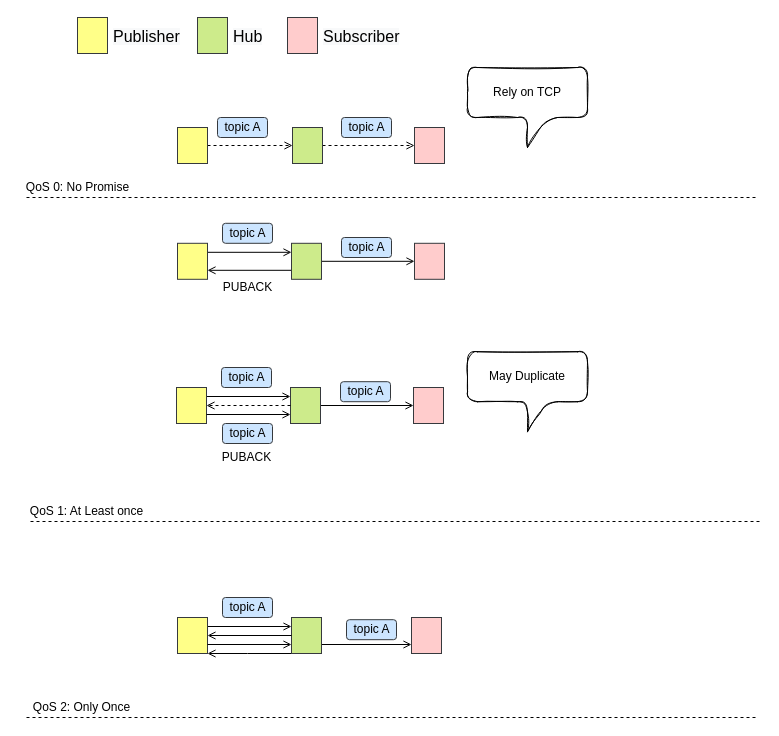
Earlier version of the draw.io diagram 2020/QoS.drawio (abserari/draw.io). Source tidied: cells renumbered, new cells numbered last; positions are measured from the earlier drawing's top-left corner, leaving out a move shared by most shapes. Both pictures are drawn from the tidied source at 100%, with x=0, y=0 at pixel (17, 17).
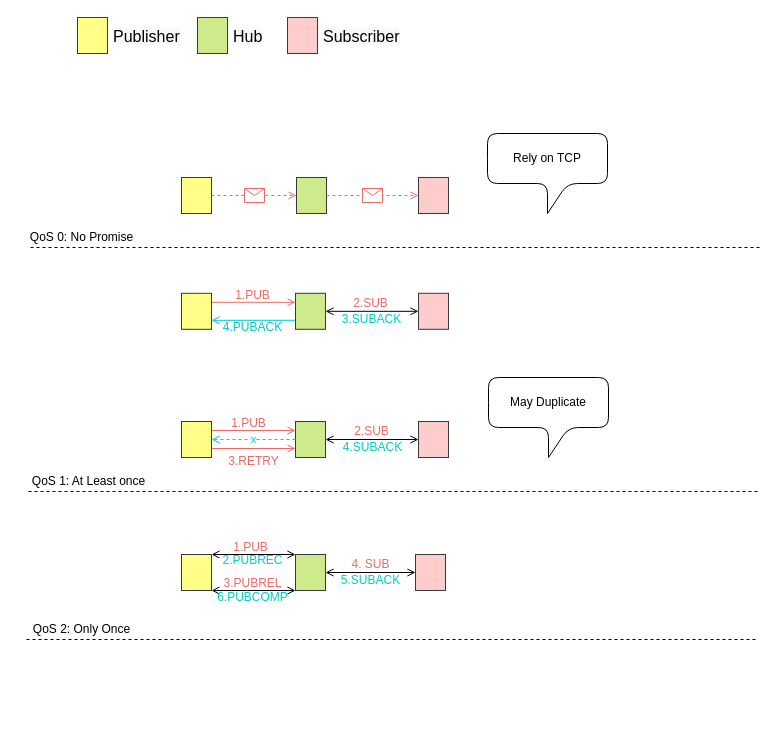
After the change.

Diff of the diagram source:
```diff
@@
-    <mxCell id="2" value="topic A" style="text;html=1;align=center;verticalAlign=middle;fillColor=#cce5ff;strokeColor=#36393d;rounded=1;" parent="1" vertex="1">
-      <mxGeometry x="200" y="100" width="50" height="20" as="geometry" />
-    </mxCell>
-    <mxCell id="3" value="topic A" style="text;html=1;align=center;verticalAlign=middle;rounded=1;fillColor=#cce5ff;strokeColor=#36393d;" parent="1" vertex="1">
-      <mxGeometry x="324" y="100" width="50" height="20" as="geometry" />
-    </mxCell>
     <mxCell id="4" style="endArrow=none;dashed=1;html=1;" parent="1" edge="1">
       <mxGeometry relative="1" as="geometry">
-        <mxPoint x="9" y="180" as="sourcePoint" />
-        <mxPoint x="739" y="180" as="targetPoint" />
+        <mxPoint x="13" y="230" as="sourcePoint" />
+        <mxPoint x="743" y="230" as="targetPoint" />
       </mxGeometry>
     </mxCell>
     <mxCell id="5" value="QoS 0: No Promise" style="text;html=1;align=center;verticalAlign=middle;" parent="1" vertex="1">
-      <mxGeometry y="160" width="120" height="20" as="geometry" />
+      <mxGeometry x="4" y="210" width="120" height="20" as="geometry" />
     </mxCell>
     <mxCell id="6" style="endArrow=none;dashed=1;html=1;" parent="1" edge="1">
       <mxGeometry relative="1" as="geometry">
-        <mxPoint x="13" y="504" as="sourcePoint" />
-        <mxPoint x="743" y="504" as="targetPoint" />
+        <mxPoint x="11" y="474" as="sourcePoint" />
+        <mxPoint x="741" y="474" as="targetPoint" />
       </mxGeometry>
     </mxCell>
     <mxCell id="7" value="QoS 1: At Least once" style="text;html=1;align=center;verticalAlign=middle;" parent="1" vertex="1">
-      <mxGeometry x="4" y="484" width="130" height="20" as="geometry" />
+      <mxGeometry x="6" y="454" width="130" height="20" as="geometry" />
     </mxCell>
     <mxCell id="8" style="endArrow=none;dashed=1;html=1;" parent="1" edge="1">
       <mxGeometry relative="1" as="geometry">
-        <mxPoint x="9" y="700" as="sourcePoint" />
-        <mxPoint x="739" y="700" as="targetPoint" />
+        <mxPoint x="9" y="622" as="sourcePoint" />
+        <mxPoint x="739" y="622" as="targetPoint" />
       </mxGeometry>
     </mxCell>
     <mxCell id="9" value="QoS 2: Only Once" style="text;html=1;align=center;verticalAlign=middle;" parent="1" vertex="1">
-      <mxGeometry x="9" y="680" width="110" height="20" as="geometry" />
+      <mxGeometry x="9" y="602" width="110" height="20" as="geometry" />
     </mxCell>
-    <mxCell id="10" value="topic A" style="text;html=1;align=center;verticalAlign=middle;shadow=0;fillColor=#cce5ff;strokeColor=#36393d;rounded=1;" parent="1" vertex="1">
-      <mxGeometry x="205" y="205.8" width="50" height="20" as="geometry" />
-    </mxCell>
-    <mxCell id="11" value="topic A" style="text;html=1;align=center;verticalAlign=middle;rounded=1;fillColor=#cce5ff;strokeColor=#36393d;" parent="1" vertex="1">
-      <mxGeometry x="324" y="220" width="50" height="20" as="geometry" />
-    </mxCell>
-    <mxCell id="12" value="PUBACK" style="text;html=1;align=center;verticalAlign=middle;" parent="1" vertex="1">
-      <mxGeometry x="200" y="260" width="60" height="20" as="geometry" />
+    <mxCell id="12" value="4.PUBACK" style="text;html=1;align=center;verticalAlign=middle;fontColor=#00CCCC;" parent="1" vertex="1">
+      <mxGeometry x="200" y="300" width="70" height="20" as="geometry" />
     </mxCell>
-    <mxCell id="13" value="Rely on TCP" style="shape=callout;whiteSpace=wrap;html=1;perimeter=calloutPerimeter;rounded=1;shadow=0;sketch=1;" parent="1" vertex="1">
-      <mxGeometry x="450" y="50" width="120" height="80" as="geometry" />
+    <mxCell id="13" value="Rely on TCP" style="shape=callout;whiteSpace=wrap;html=1;perimeter=calloutPerimeter;rounded=1;shadow=0;sketch=0;" parent="1" vertex="1">
+      <mxGeometry x="470" y="116" width="120" height="80" as="geometry" />
     </mxCell>
@@
-    <mxCell id="20" style="edgeStyle=orthogonalEdgeStyle;rounded=0;jettySize=auto;html=1;exitX=1;exitY=0.5;exitDx=0;exitDy=0;entryX=0;entryY=0.5;entryDx=0;entryDy=0;shadow=0;gradientColor=none;endArrow=open;endFill=0;dashed=1;" parent="1" edge="1" source="21" target="23">
-      <mxGeometry relative="1" as="geometry" />
-    </mxCell>
     <mxCell id="21" style="rounded=0;whiteSpace=wrap;html=1;sketch=0;fontSize=16;fillColor=#ffff88;strokeColor=#36393d;" parent="1" vertex="1">
-      <mxGeometry x="160" y="110" width="30" height="36" as="geometry" />
+      <mxGeometry x="164" y="160" width="30" height="36" as="geometry" />
     </mxCell>
-    <mxCell id="22" style="edgeStyle=orthogonalEdgeStyle;rounded=0;jettySize=auto;html=1;exitX=1;exitY=0.5;exitDx=0;exitDy=0;entryX=0;entryY=0.5;entryDx=0;entryDy=0;shadow=0;dashed=1;endArrow=open;endFill=0;gradientColor=none;" parent="1" edge="1" source="23" target="24">
-      <mxGeometry relative="1" as="geometry" />
-    </mxCell>
     <mxCell id="23" style="rounded=0;whiteSpace=wrap;html=1;sketch=0;fontSize=16;fillColor=#cdeb8b;strokeColor=#36393d;" parent="1" vertex="1">
-      <mxGeometry x="275" y="110" width="30" height="36" as="geometry" />
+      <mxGeometry x="279" y="160" width="30" height="36" as="geometry" />
     </mxCell>
     <mxCell id="24" style="rounded=0;whiteSpace=wrap;html=1;sketch=0;fontSize=16;fillColor=#ffcccc;strokeColor=#36393d;" parent="1" vertex="1">
-      <mxGeometry x="397" y="110" width="30" height="36" as="geometry" />
+      <mxGeometry x="401" y="160" width="30" height="36" as="geometry" />
     </mxCell>
-    <mxCell id="25" value="May Duplicate" style="shape=callout;whiteSpace=wrap;html=1;perimeter=calloutPerimeter;rounded=1;shadow=0;sketch=1;" parent="1" vertex="1">
-      <mxGeometry x="450" y="334.2" width="120" height="80" as="geometry" />
+    <mxCell id="25" value="May Duplicate" style="shape=callout;whiteSpace=wrap;html=1;perimeter=calloutPerimeter;rounded=1;shadow=0;sketch=0;" parent="1" vertex="1">
+      <mxGeometry x="471" y="360" width="120" height="80" as="geometry" />
     </mxCell>
-    <mxCell id="26" style="edgeStyle=orthogonalEdgeStyle;rounded=0;jettySize=auto;html=1;exitX=1;exitY=0.25;exitDx=0;exitDy=0;entryX=0;entryY=0.25;entryDx=0;entryDy=0;shadow=0;endArrow=open;endFill=0;gradientColor=none;" parent="1" edge="1" source="27" target="30">
+    <mxCell id="26" style="edgeStyle=orthogonalEdgeStyle;rounded=0;jettySize=auto;html=1;exitX=1;exitY=0.25;exitDx=0;exitDy=0;entryX=0;entryY=0.25;entryDx=0;entryDy=0;shadow=0;endArrow=open;endFill=0;fillColor=#ffcccc;strokeColor=#EA6B66;" parent="1" edge="1" source="27" target="30">
       <mxGeometry relative="1" as="geometry" />
     </mxCell>
     <mxCell id="27" style="rounded=0;whiteSpace=wrap;html=1;sketch=0;fontSize=16;fillColor=#ffff88;strokeColor=#36393d;" parent="1" vertex="1">
-      <mxGeometry x="160" y="225.8" width="30" height="36" as="geometry" />
+      <mxGeometry x="164" y="275.8" width="30" height="36" as="geometry" />
     </mxCell>
-    <mxCell id="28" style="edgeStyle=orthogonalEdgeStyle;rounded=0;jettySize=auto;html=1;exitX=0;exitY=0.75;exitDx=0;exitDy=0;entryX=1;entryY=0.75;entryDx=0;entryDy=0;shadow=0;endArrow=open;endFill=0;gradientColor=none;" parent="1" edge="1" source="30" target="27">
+    <mxCell id="28" style="edgeStyle=orthogonalEdgeStyle;rounded=0;jettySize=auto;html=1;exitX=0;exitY=0.75;exitDx=0;exitDy=0;entryX=1;entryY=0.75;entryDx=0;entryDy=0;shadow=0;endArrow=open;endFill=0;gradientColor=none;strokeColor=#00CCCC;" parent="1" edge="1" source="30" target="27">
       <mxGeometry relative="1" as="geometry" />
     </mxCell>
-    <mxCell id="29" style="edgeStyle=orthogonalEdgeStyle;rounded=0;jettySize=auto;html=1;exitX=1;exitY=0.5;exitDx=0;exitDy=0;shadow=0;endArrow=open;endFill=0;gradientColor=none;" parent="1" edge="1" source="30" target="31">
+    <mxCell id="29" style="edgeStyle=orthogonalEdgeStyle;rounded=0;jettySize=auto;html=1;exitX=1;exitY=0.5;exitDx=0;exitDy=0;shadow=0;endArrow=open;endFill=0;gradientColor=none;startArrow=open;startFill=0;" parent="1" edge="1" source="30" target="31">
       <mxGeometry relative="1" as="geometry" />
     </mxCell>
     <mxCell id="30" style="rounded=0;whiteSpace=wrap;html=1;sketch=0;fontSize=16;fillColor=#cdeb8b;strokeColor=#36393d;" parent="1" vertex="1">
-      <mxGeometry x="274" y="225.8" width="30" height="36" as="geometry" />
+      <mxGeometry x="278" y="275.8" width="30" height="36" as="geometry" />
     </mxCell>
     <mxCell id="31" style="rounded=0;whiteSpace=wrap;html=1;sketch=0;fontSize=16;fillColor=#ffcccc;strokeColor=#36393d;" parent="1" vertex="1">
-      <mxGeometry x="397" y="225.8" width="30" height="36" as="geometry" />
+      <mxGeometry x="401" y="275.8" width="30" height="36" as="geometry" />
     </mxCell>
-    <mxCell id="32" value="topic A" style="text;html=1;align=center;verticalAlign=middle;shadow=0;fillColor=#cce5ff;strokeColor=#36393d;rounded=1;" parent="1" vertex="1">
-      <mxGeometry x="204" y="350" width="50" height="20" as="geometry" />
-    </mxCell>
-    <mxCell id="33" value="topic A" style="text;html=1;align=center;verticalAlign=middle;rounded=1;fillColor=#cce5ff;strokeColor=#36393d;" parent="1" vertex="1">
-      <mxGeometry x="323" y="364.2" width="50" height="20" as="geometry" />
-    </mxCell>
-    <mxCell id="34" value="PUBACK" style="text;html=1;align=center;verticalAlign=middle;" parent="1" vertex="1">
-      <mxGeometry x="199" y="430" width="60" height="20" as="geometry" />
-    </mxCell>
-    <mxCell id="35" style="edgeStyle=orthogonalEdgeStyle;rounded=0;jettySize=auto;html=1;exitX=1;exitY=0.25;exitDx=0;exitDy=0;entryX=0;entryY=0.25;entryDx=0;entryDy=0;shadow=0;endArrow=open;endFill=0;gradientColor=none;" parent="1" edge="1" source="36" target="39">
+    <mxCell id="35" style="edgeStyle=orthogonalEdgeStyle;rounded=0;jettySize=auto;html=1;exitX=1;exitY=0.25;exitDx=0;exitDy=0;entryX=0;entryY=0.25;entryDx=0;entryDy=0;shadow=0;endArrow=open;endFill=0;gradientColor=none;strokeColor=#EA6B66;" parent="1" edge="1" source="36" target="39">
       <mxGeometry relative="1" as="geometry" />
     </mxCell>
     <mxCell id="36" style="rounded=0;whiteSpace=wrap;html=1;sketch=0;fontSize=16;fillColor=#ffff88;strokeColor=#36393d;" parent="1" vertex="1">
-      <mxGeometry x="159" y="370" width="30" height="36" as="geometry" />
+      <mxGeometry x="164" y="404" width="30" height="36" as="geometry" />
     </mxCell>
-    <mxCell id="37" style="edgeStyle=orthogonalEdgeStyle;rounded=0;jettySize=auto;html=1;exitX=1;exitY=0.75;exitDx=0;exitDy=0;shadow=0;endArrow=open;endFill=0;gradientColor=none;entryX=0;entryY=0.75;entryDx=0;entryDy=0;" parent="1" edge="1" source="36" target="39">
+    <mxCell id="37" style="edgeStyle=orthogonalEdgeStyle;rounded=0;jettySize=auto;html=1;exitX=1;exitY=0.75;exitDx=0;exitDy=0;shadow=0;endArrow=open;endFill=0;gradientColor=none;entryX=0;entryY=0.75;entryDx=0;entryDy=0;strokeColor=#EA6B66;" parent="1" edge="1" source="36" target="39">
       <mxGeometry relative="1" as="geometry" />
     </mxCell>
-    <mxCell id="38" style="edgeStyle=orthogonalEdgeStyle;rounded=0;jettySize=auto;html=1;exitX=1;exitY=0.5;exitDx=0;exitDy=0;shadow=0;endArrow=open;endFill=0;gradientColor=none;" parent="1" edge="1" source="39" target="40">
+    <mxCell id="38" style="edgeStyle=orthogonalEdgeStyle;rounded=0;jettySize=auto;html=1;exitX=1;exitY=0.5;exitDx=0;exitDy=0;shadow=0;endArrow=open;endFill=0;gradientColor=none;startArrow=open;startFill=0;" parent="1" edge="1" source="39" target="40">
       <mxGeometry relative="1" as="geometry" />
     </mxCell>
     <mxCell id="39" style="rounded=0;whiteSpace=wrap;html=1;sketch=0;fontSize=16;fillColor=#cdeb8b;strokeColor=#36393d;" parent="1" vertex="1">
-      <mxGeometry x="273" y="370" width="30" height="36" as="geometry" />
+      <mxGeometry x="278" y="404" width="30" height="36" as="geometry" />
     </mxCell>
     <mxCell id="40" style="rounded=0;whiteSpace=wrap;html=1;sketch=0;fontSize=16;fillColor=#ffcccc;strokeColor=#36393d;" parent="1" vertex="1">
-      <mxGeometry x="396" y="370" width="30" height="36" as="geometry" />
+      <mxGeometry x="401" y="404" width="30" height="36" as="geometry" />
     </mxCell>
-    <mxCell id="41" style="edgeStyle=orthogonalEdgeStyle;rounded=0;jettySize=auto;html=1;exitX=0;exitY=0.5;exitDx=0;exitDy=0;entryX=1;entryY=0.5;entryDx=0;entryDy=0;shadow=0;gradientColor=none;endArrow=open;endFill=0;dashed=1;" parent="1" edge="1" source="39" target="36">
+    <mxCell id="41" value="&lt;font color=&quot;#00cccc&quot;&gt;x&lt;/font&gt;" style="edgeStyle=orthogonalEdgeStyle;rounded=0;jettySize=auto;html=1;exitX=0;exitY=0.5;exitDx=0;exitDy=0;entryX=1;entryY=0.5;entryDx=0;entryDy=0;shadow=0;gradientColor=none;endArrow=open;endFill=0;dashed=1;strokeColor=#00CCCC;" parent="1" edge="1" source="39" target="36">
       <mxGeometry relative="1" as="geometry" />
     </mxCell>
-    <mxCell id="42" value="topic A" style="text;html=1;align=center;verticalAlign=middle;shadow=0;fillColor=#cce5ff;strokeColor=#36393d;rounded=1;" parent="1" vertex="1">
-      <mxGeometry x="205" y="406" width="50" height="20" as="geometry" />
-    </mxCell>
-    <mxCell id="43" value="topic A" style="text;html=1;align=center;verticalAlign=middle;shadow=0;fillColor=#cce5ff;strokeColor=#36393d;rounded=1;" parent="1" vertex="1">
-      <mxGeometry x="205" y="580" width="50" height="20" as="geometry" />
-    </mxCell>
-    <mxCell id="44" value="topic A" style="text;html=1;align=center;verticalAlign=middle;rounded=1;fillColor=#cce5ff;strokeColor=#36393d;" parent="1" vertex="1">
-      <mxGeometry x="329" y="602.2" width="50" height="20" as="geometry" />
-    </mxCell>
-    <mxCell id="45" style="edgeStyle=orthogonalEdgeStyle;rounded=0;jettySize=auto;html=1;exitX=1;exitY=0.25;exitDx=0;exitDy=0;entryX=0;entryY=0.25;entryDx=0;entryDy=0;shadow=0;endArrow=open;endFill=0;gradientColor=none;" parent="1" edge="1" source="46" target="50">
-      <mxGeometry relative="1" as="geometry" />
+    <mxCell id="45" style="edgeStyle=orthogonalEdgeStyle;rounded=0;jettySize=auto;html=1;exitX=1;exitY=0;exitDx=0;exitDy=0;entryX=0;entryY=0;entryDx=0;entryDy=0;shadow=0;endArrow=open;endFill=0;gradientColor=none;startArrow=open;startFill=0;" parent="1" edge="1" source="46" target="50">
+      <mxGeometry relative="1" as="geometry">
+        <Array as="points">
+          <mxPoint x="240" y="537" />
+          <mxPoint x="240" y="537" />
+        </Array>
+      </mxGeometry>
     </mxCell>
     <mxCell id="46" style="rounded=0;whiteSpace=wrap;html=1;sketch=0;fontSize=16;fillColor=#ffff88;strokeColor=#36393d;" parent="1" vertex="1">
-      <mxGeometry x="160" y="600" width="30" height="36" as="geometry" />
+      <mxGeometry x="164" y="537" width="30" height="36" as="geometry" />
     </mxCell>
-    <mxCell id="47" style="edgeStyle=orthogonalEdgeStyle;rounded=0;jettySize=auto;html=1;exitX=1;exitY=0.75;exitDx=0;exitDy=0;shadow=0;endArrow=open;endFill=0;gradientColor=none;entryX=0;entryY=0.75;entryDx=0;entryDy=0;" parent="1" edge="1" source="46" target="50">
-      <mxGeometry relative="1" as="geometry" />
-    </mxCell>
-    <mxCell id="48" style="edgeStyle=orthogonalEdgeStyle;rounded=0;jettySize=auto;html=1;exitX=0;exitY=1;exitDx=0;exitDy=0;entryX=1;entryY=1;entryDx=0;entryDy=0;shadow=0;endArrow=open;endFill=0;gradientColor=none;" parent="1" edge="1" source="50" target="46">
-      <mxGeometry relative="1" as="geometry">
-        <Array as="points">
-          <mxPoint x="230" y="636" />
-          <mxPoint x="230" y="636" />
-        </Array>
-      </mxGeometry>
-    </mxCell>
-    <mxCell id="49" style="edgeStyle=orthogonalEdgeStyle;rounded=0;jettySize=auto;html=1;exitX=1;exitY=0.75;exitDx=0;exitDy=0;entryX=0;entryY=0.75;entryDx=0;entryDy=0;shadow=0;endArrow=open;endFill=0;gradientColor=none;" parent="1" edge="1" source="50" target="51">
+    <mxCell id="49" style="edgeStyle=orthogonalEdgeStyle;rounded=0;jettySize=auto;html=1;exitX=1;exitY=0.5;exitDx=0;exitDy=0;entryX=0;entryY=0.5;entryDx=0;entryDy=0;shadow=0;endArrow=open;endFill=0;gradientColor=none;startArrow=open;startFill=0;" parent="1" edge="1" source="50" target="51">
       <mxGeometry relative="1" as="geometry" />
     </mxCell>
     <mxCell id="50" style="rounded=0;whiteSpace=wrap;html=1;sketch=0;fontSize=16;fillColor=#cdeb8b;strokeColor=#36393d;" parent="1" vertex="1">
-      <mxGeometry x="274" y="600" width="30" height="36" as="geometry" />
+      <mxGeometry x="278" y="537" width="30" height="36" as="geometry" />
     </mxCell>
     <mxCell id="51" style="rounded=0;whiteSpace=wrap;html=1;sketch=0;fontSize=16;fillColor=#ffcccc;strokeColor=#36393d;" parent="1" vertex="1">
-      <mxGeometry x="394" y="600" width="30" height="36" as="geometry" />
+      <mxGeometry x="398" y="537" width="30" height="36" as="geometry" />
     </mxCell>
-    <mxCell id="52" style="edgeStyle=orthogonalEdgeStyle;rounded=0;jettySize=auto;html=1;exitX=0;exitY=0.5;exitDx=0;exitDy=0;entryX=1;entryY=0.5;entryDx=0;entryDy=0;shadow=0;gradientColor=none;endArrow=open;endFill=0;" parent="1" edge="1" source="50" target="46">
-      <mxGeometry relative="1" as="geometry" />
+    <mxCell id="52" style="edgeStyle=orthogonalEdgeStyle;rounded=0;jettySize=auto;html=1;exitX=0;exitY=1;exitDx=0;exitDy=0;entryX=1;entryY=1;entryDx=0;entryDy=0;shadow=0;gradientColor=none;endArrow=open;endFill=0;startArrow=open;startFill=0;" parent="1" edge="1" source="50" target="46">
+      <mxGeometry relative="1" as="geometry">
+        <Array as="points">
+          <mxPoint x="230" y="573" />
+          <mxPoint x="230" y="573" />
+        </Array>
+      </mxGeometry>
     </mxCell>
+    <mxCell id="53" value="1.PUB" style="text;html=1;align=center;verticalAlign=middle;fontColor=#EA6B66;" parent="1" vertex="1">
+      <mxGeometry x="208" y="520" width="50" height="20" as="geometry" />
+    </mxCell>
+    <mxCell id="54" value="2.PUBREC" style="text;html=1;align=center;verticalAlign=middle;fontColor=#00CCCC;" parent="1" vertex="1">
+      <mxGeometry x="195" y="533" width="80" height="20" as="geometry" />
+    </mxCell>
+    <mxCell id="55" value="3.PUBREL" style="text;html=1;align=center;verticalAlign=middle;fontColor=#EA6B66;" parent="1" vertex="1">
+      <mxGeometry x="200" y="556" width="70" height="20" as="geometry" />
+    </mxCell>
+    <mxCell id="56" value="6.PUBCOMP" style="text;html=1;align=center;verticalAlign=middle;fontColor=#00CCCC;" parent="1" vertex="1">
+      <mxGeometry x="190" y="570" width="90" height="20" as="geometry" />
+    </mxCell>
+    <mxCell id="57" value="5.SUBACK" style="text;html=1;align=center;verticalAlign=middle;fontColor=#00CCCC;" parent="1" vertex="1">
+      <mxGeometry x="318" y="553" width="70" height="20" as="geometry" />
+    </mxCell>
+    <mxCell id="58" value="4. SUB" style="text;html=1;align=center;verticalAlign=middle;fontColor=#EA6B66;" parent="1" vertex="1">
+      <mxGeometry x="328" y="537" width="50" height="20" as="geometry" />
+    </mxCell>
+    <mxCell id="59" value="2.SUB" style="text;html=1;align=center;verticalAlign=middle;fontColor=#EA6B66;" parent="1" vertex="1">
+      <mxGeometry x="328" y="275.8" width="50" height="20" as="geometry" />
+    </mxCell>
+    <mxCell id="60" value="3.SUBACK" style="text;html=1;align=center;verticalAlign=middle;fontColor=#00CCCC;" parent="1" vertex="1">
+      <mxGeometry x="318.5" y="291.8" width="70" height="20" as="geometry" />
+    </mxCell>
+    <mxCell id="61" value="2.SUB" style="text;html=1;align=center;verticalAlign=middle;fontColor=#EA6B66;" parent="1" vertex="1">
+      <mxGeometry x="329" y="404" width="50" height="20" as="geometry" />
+    </mxCell>
+    <mxCell id="62" value="4.SUBACK" style="text;html=1;align=center;verticalAlign=middle;fontColor=#00CCCC;" parent="1" vertex="1">
+      <mxGeometry x="319.5" y="420" width="70" height="20" as="geometry" />
+    </mxCell>
+    <mxCell id="63" value="1.PUB" style="text;html=1;align=center;verticalAlign=middle;fontColor=#EA6B66;" parent="1" vertex="1">
+      <mxGeometry x="210" y="268" width="50" height="20" as="geometry" />
+    </mxCell>
+    <mxCell id="64" value="1.PUB" style="text;html=1;align=center;verticalAlign=middle;fontColor=#EA6B66;" parent="1" vertex="1">
+      <mxGeometry x="206" y="396" width="50" height="20" as="geometry" />
+    </mxCell>
+    <mxCell id="65" value="3.RETRY" style="text;html=1;align=center;verticalAlign=middle;fontColor=#EA6B66;" parent="1" vertex="1">
+      <mxGeometry x="201" y="434" width="70" height="20" as="geometry" />
+    </mxCell>
+    <mxCell id="20" style="endArrow=open;html=1;shadow=0;strokeColor=#EA6B66;gradientColor=none;fontColor=#EA6B66;exitX=1;exitY=0.5;exitDx=0;exitDy=0;entryX=0;entryY=0.5;entryDx=0;entryDy=0;endFill=0;dashed=1;" parent="1" edge="1" source="21" target="23">
+      <mxGeometry relative="1" as="geometry" />
+    </mxCell>
+    <mxCell id="66" style="shape=message;html=1;strokeColor=#EA6B66;" parent="20" vertex="1">
+      <mxGeometry width="20" height="14" relative="1" as="geometry">
+        <mxPoint x="-10" y="-7" as="offset" />
+      </mxGeometry>
+    </mxCell>
+    <mxCell id="22" style="endArrow=open;html=1;shadow=0;strokeColor=#EA6B66;gradientColor=none;fontColor=#EA6B66;entryX=0;entryY=0.5;entryDx=0;entryDy=0;endFill=0;dashed=1;" parent="1" edge="1" source="23" target="24">
+      <mxGeometry relative="1" as="geometry" />
+    </mxCell>
+    <mxCell id="67" style="shape=message;html=1;strokeColor=#EA6B66;" parent="22" vertex="1">
+      <mxGeometry width="20" height="14" relative="1" as="geometry">
+        <mxPoint x="-10" y="-7" as="offset" />
+      </mxGeometry>
+    </mxCell>
```
